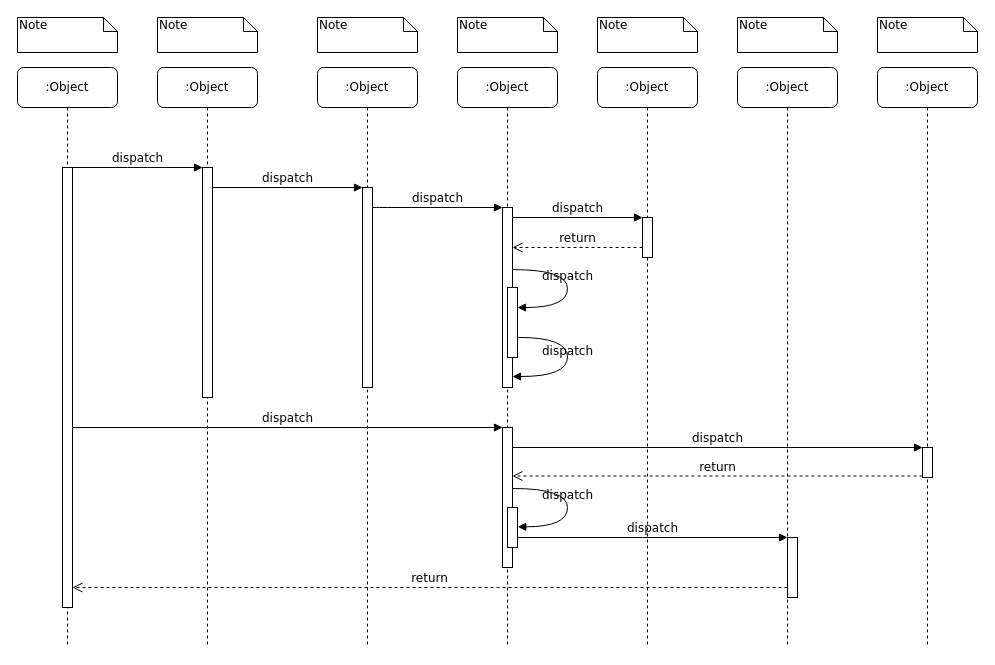
Before: DocumentTracking.drawio in gustianom/datapool, a draw.io diagram. Source tidied: cells renumbered, new cells numbered last; positions are measured from the earlier drawing's top-left corner, leaving out a move shared by most shapes. Both pictures are drawn from the tidied source at 100%, with x=0, y=0 at pixel (17, 17).
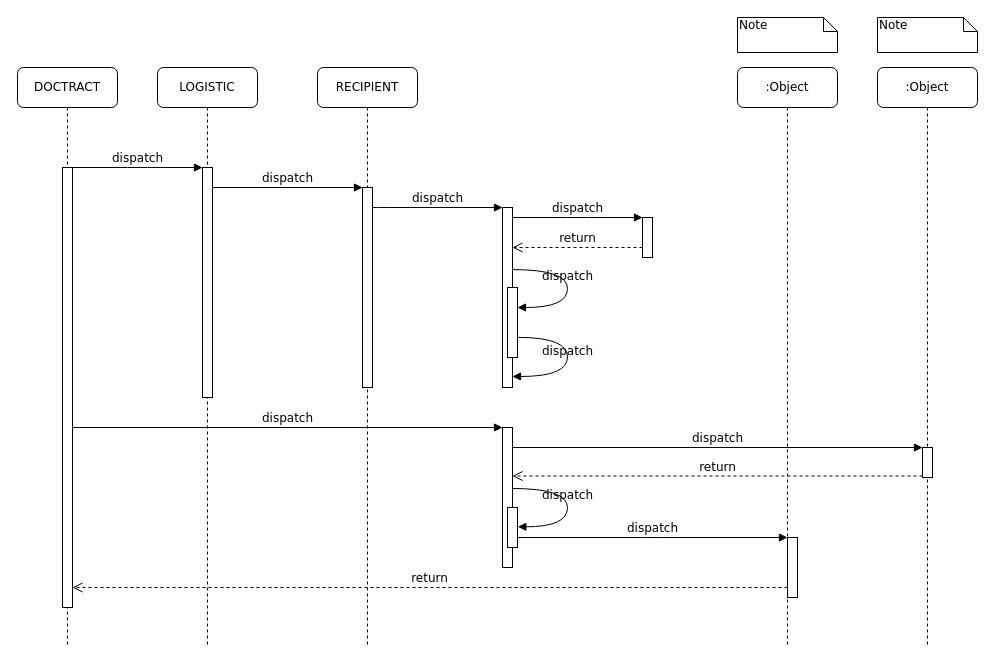
The same page after the edit.

The edit, as a diff of the source:
```diff
@@
-    <mxCell id="2" value=":Object" style="shape=umlLifeline;perimeter=lifelinePerimeter;whiteSpace=wrap;html=1;rounded=1;shadow=0;comic=0;labelBackgroundColor=none;strokeWidth=1;fontFamily=Verdana;fontSize=12;align=center;" parent="1" vertex="1">
+    <mxCell id="2" value="LOGISTIC" style="shape=umlLifeline;perimeter=lifelinePerimeter;whiteSpace=wrap;html=1;rounded=1;shadow=0;comic=0;labelBackgroundColor=none;strokeWidth=1;fontFamily=Verdana;fontSize=12;align=center;" parent="1" vertex="1">
       <mxGeometry x="140" y="50" width="100" height="580" as="geometry" />
     </mxCell>
@@
-    <mxCell id="4" value=":Object" style="shape=umlLifeline;perimeter=lifelinePerimeter;whiteSpace=wrap;html=1;rounded=1;shadow=0;comic=0;labelBackgroundColor=none;strokeWidth=1;fontFamily=Verdana;fontSize=12;align=center;" parent="1" vertex="1">
+    <mxCell id="4" value="RECIPIENT" style="shape=umlLifeline;perimeter=lifelinePerimeter;whiteSpace=wrap;html=1;rounded=1;shadow=0;comic=0;labelBackgroundColor=none;strokeWidth=1;fontFamily=Verdana;fontSize=12;align=center;" parent="1" vertex="1">
       <mxGeometry x="300" y="50" width="100" height="580" as="geometry" />
     </mxCell>
@@
-    <mxCell id="6" value=":Object" style="shape=umlLifeline;perimeter=lifelinePerimeter;whiteSpace=wrap;html=1;rounded=1;shadow=0;comic=0;labelBackgroundColor=none;strokeWidth=1;fontFamily=Verdana;fontSize=12;align=center;" parent="1" vertex="1">
-      <mxGeometry x="440" y="50" width="100" height="580" as="geometry" />
-    </mxCell>
-    <mxCell id="7" value=":Object" style="shape=umlLifeline;perimeter=lifelinePerimeter;whiteSpace=wrap;html=1;rounded=1;shadow=0;comic=0;labelBackgroundColor=none;strokeWidth=1;fontFamily=Verdana;fontSize=12;align=center;" parent="1" vertex="1">
-      <mxGeometry x="580" y="50" width="100" height="580" as="geometry" />
-    </mxCell>
@@
-    <mxCell id="10" value=":Object" style="shape=umlLifeline;perimeter=lifelinePerimeter;whiteSpace=wrap;html=1;rounded=1;shadow=0;comic=0;labelBackgroundColor=none;strokeWidth=1;fontFamily=Verdana;fontSize=12;align=center;" parent="1" vertex="1">
+    <mxCell id="10" value="DOCTRACT" style="shape=umlLifeline;perimeter=lifelinePerimeter;whiteSpace=wrap;html=1;rounded=1;shadow=0;comic=0;labelBackgroundColor=none;strokeWidth=1;fontFamily=Verdana;fontSize=12;align=center;" parent="1" vertex="1">
       <mxGeometry y="50" width="100" height="580" as="geometry" />
     </mxCell>
@@
-    <mxCell id="32" value="Note" style="shape=note;whiteSpace=wrap;html=1;size=14;verticalAlign=top;align=left;spacingTop=-6;rounded=0;shadow=0;comic=0;labelBackgroundColor=none;strokeWidth=1;fontFamily=Verdana;fontSize=12;" parent="1" vertex="1">
-      <mxGeometry width="100" height="35" as="geometry" />
-    </mxCell>
-    <mxCell id="33" value="Note" style="shape=note;whiteSpace=wrap;html=1;size=14;verticalAlign=top;align=left;spacingTop=-6;rounded=0;shadow=0;comic=0;labelBackgroundColor=none;strokeWidth=1;fontFamily=Verdana;fontSize=12;" parent="1" vertex="1">
-      <mxGeometry x="140" width="100" height="35" as="geometry" />
-    </mxCell>
-    <mxCell id="34" value="Note" style="shape=note;whiteSpace=wrap;html=1;size=14;verticalAlign=top;align=left;spacingTop=-6;rounded=0;shadow=0;comic=0;labelBackgroundColor=none;strokeWidth=1;fontFamily=Verdana;fontSize=12;" parent="1" vertex="1">
-      <mxGeometry x="300" width="100" height="35" as="geometry" />
-    </mxCell>
-    <mxCell id="35" value="Note" style="shape=note;whiteSpace=wrap;html=1;size=14;verticalAlign=top;align=left;spacingTop=-6;rounded=0;shadow=0;comic=0;labelBackgroundColor=none;strokeWidth=1;fontFamily=Verdana;fontSize=12;" parent="1" vertex="1">
-      <mxGeometry x="440" width="100" height="35" as="geometry" />
-    </mxCell>
-    <mxCell id="36" value="Note" style="shape=note;whiteSpace=wrap;html=1;size=14;verticalAlign=top;align=left;spacingTop=-6;rounded=0;shadow=0;comic=0;labelBackgroundColor=none;strokeWidth=1;fontFamily=Verdana;fontSize=12;" parent="1" vertex="1">
-      <mxGeometry x="580" width="100" height="35" as="geometry" />
-    </mxCell>
```
